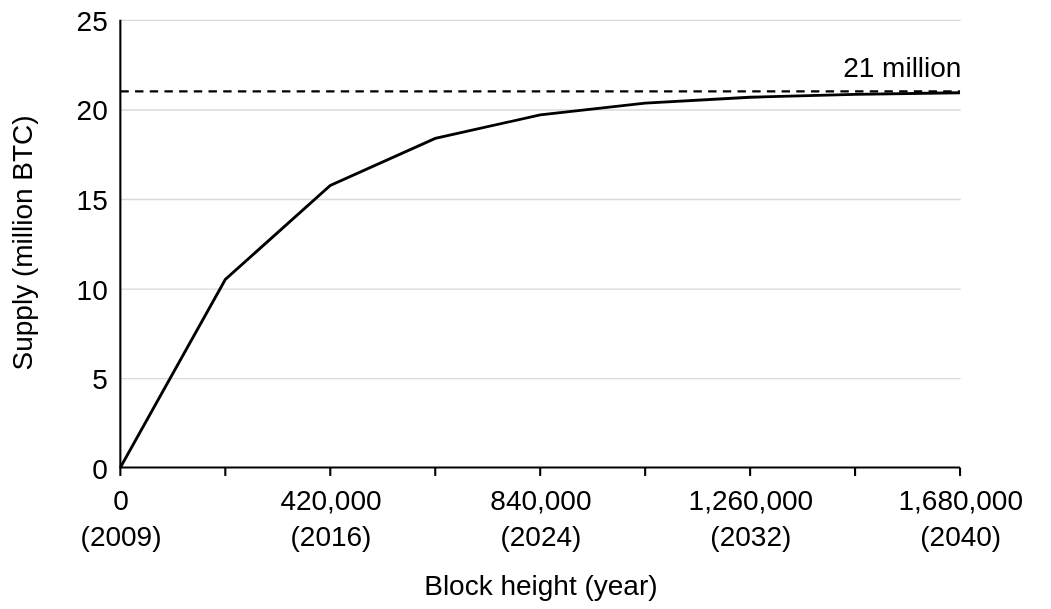
Before: lectures/images/controlled-supply.drawio.svg, a diagram exported from draw.io (fglmtt/blockchain). Source tidied: cells renumbered, new cells last; positions are measured from the earlier drawing's top-left corner, leaving out a move shared by most shapes. The source it was exported from:
```xml
<mxGraphModel background="#FFFFFF">
  <root>
    <mxCell id="0" />
    <mxCell id="1" parent="0" />
    <mxCell id="2" value="0" style="text;html=1;fontFamily=Helvetica;verticalAlign=middle;strokeColor=none;fillColor=none;spacing=0;whiteSpace=nowrap;align=right;fontSize=20;" parent="1" vertex="1">
      <mxGeometry x="34" y="320" width="40" height="24" as="geometry" />
    </mxCell>
    <mxCell id="3" style="html=1;rounded=0;endArrow=none;strokeColor=#D9D9D9;strokeWidth=1;" parent="1" edge="1">
      <mxGeometry relative="1" as="geometry">
        <mxPoint x="84" y="268" as="sourcePoint" />
        <mxPoint x="684" y="268" as="targetPoint" />
      </mxGeometry>
    </mxCell>
    <mxCell id="4" value="5" style="text;html=1;fontFamily=Helvetica;verticalAlign=middle;strokeColor=none;fillColor=none;spacing=0;whiteSpace=nowrap;align=right;fontSize=20;" parent="1" vertex="1">
      <mxGeometry x="34" y="256" width="40" height="24" as="geometry" />
    </mxCell>
    <mxCell id="5" style="html=1;rounded=0;endArrow=none;strokeColor=#D9D9D9;strokeWidth=1;" parent="1" edge="1">
      <mxGeometry relative="1" as="geometry">
        <mxPoint x="84" y="204" as="sourcePoint" />
        <mxPoint x="684" y="204" as="targetPoint" />
      </mxGeometry>
    </mxCell>
    <mxCell id="6" value="10" style="text;html=1;fontFamily=Helvetica;verticalAlign=middle;strokeColor=none;fillColor=none;spacing=0;whiteSpace=nowrap;align=right;fontSize=20;" parent="1" vertex="1">
      <mxGeometry x="34" y="192" width="40" height="24" as="geometry" />
    </mxCell>
    <mxCell id="7" style="html=1;rounded=0;endArrow=none;strokeColor=#D9D9D9;strokeWidth=1;" parent="1" edge="1">
      <mxGeometry relative="1" as="geometry">
        <mxPoint x="84" y="140" as="sourcePoint" />
        <mxPoint x="684" y="140" as="targetPoint" />
      </mxGeometry>
    </mxCell>
    <mxCell id="8" value="15" style="text;html=1;fontFamily=Helvetica;verticalAlign=middle;strokeColor=none;fillColor=none;spacing=0;whiteSpace=nowrap;align=right;fontSize=20;" parent="1" vertex="1">
      <mxGeometry x="34" y="128" width="40" height="24" as="geometry" />
    </mxCell>
    <mxCell id="9" style="html=1;rounded=0;endArrow=none;strokeColor=#D9D9D9;strokeWidth=1;" parent="1" edge="1">
      <mxGeometry relative="1" as="geometry">
        <mxPoint x="84" y="76" as="sourcePoint" />
        <mxPoint x="684" y="76" as="targetPoint" />
      </mxGeometry>
    </mxCell>
    <mxCell id="10" value="20" style="text;html=1;fontFamily=Helvetica;verticalAlign=middle;strokeColor=none;fillColor=none;spacing=0;whiteSpace=nowrap;align=right;fontSize=20;" parent="1" vertex="1">
      <mxGeometry x="34" y="64" width="40" height="24" as="geometry" />
    </mxCell>
    <mxCell id="11" style="html=1;rounded=0;endArrow=none;strokeColor=#D9D9D9;strokeWidth=1;" parent="1" edge="1">
      <mxGeometry relative="1" as="geometry">
        <mxPoint x="84" y="12" as="sourcePoint" />
        <mxPoint x="684" y="12" as="targetPoint" />
      </mxGeometry>
    </mxCell>
    <mxCell id="12" value="25" style="text;html=1;fontFamily=Helvetica;verticalAlign=middle;strokeColor=none;fillColor=none;spacing=0;whiteSpace=nowrap;align=right;fontSize=20;" parent="1" vertex="1">
      <mxGeometry x="34" width="40" height="24" as="geometry" />
    </mxCell>
    <mxCell id="13" style="html=1;rounded=0;endArrow=none;strokeColor=#000000;strokeWidth=1.5;" parent="1" edge="1">
      <mxGeometry relative="1" as="geometry">
        <mxPoint x="84" y="332" as="sourcePoint" />
        <mxPoint x="84" y="338" as="targetPoint" />
      </mxGeometry>
    </mxCell>
    <mxCell id="14" value="0" style="text;html=1;fontFamily=Helvetica;verticalAlign=middle;strokeColor=none;fillColor=none;spacing=0;whiteSpace=nowrap;align=center;fontSize=20;" parent="1" vertex="1">
      <mxGeometry x="24" y="342" width="120" height="24" as="geometry" />
    </mxCell>
    <mxCell id="15" value="(2009)" style="text;html=1;fontFamily=Helvetica;verticalAlign=middle;strokeColor=none;fillColor=none;spacing=0;whiteSpace=nowrap;align=center;fontSize=20;" parent="1" vertex="1">
      <mxGeometry x="24" y="368" width="120" height="24" as="geometry" />
    </mxCell>
    <mxCell id="16" style="html=1;rounded=0;endArrow=none;strokeColor=#000000;strokeWidth=1.5;" parent="1" edge="1">
      <mxGeometry relative="1" as="geometry">
        <mxPoint x="159" y="332" as="sourcePoint" />
        <mxPoint x="159" y="338" as="targetPoint" />
      </mxGeometry>
    </mxCell>
    <mxCell id="17" style="html=1;rounded=0;endArrow=none;strokeColor=#000000;strokeWidth=1.5;" parent="1" edge="1">
      <mxGeometry relative="1" as="geometry">
        <mxPoint x="234" y="332" as="sourcePoint" />
        <mxPoint x="234" y="338" as="targetPoint" />
      </mxGeometry>
    </mxCell>
    <mxCell id="18" value="420,000" style="text;html=1;fontFamily=Helvetica;verticalAlign=middle;strokeColor=none;fillColor=none;spacing=0;whiteSpace=nowrap;align=center;fontSize=20;" parent="1" vertex="1">
      <mxGeometry x="174" y="342" width="120" height="24" as="geometry" />
    </mxCell>
    <mxCell id="19" value="(2016)" style="text;html=1;fontFamily=Helvetica;verticalAlign=middle;strokeColor=none;fillColor=none;spacing=0;whiteSpace=nowrap;align=center;fontSize=20;" parent="1" vertex="1">
      <mxGeometry x="174" y="368" width="120" height="24" as="geometry" />
    </mxCell>
    <mxCell id="20" style="html=1;rounded=0;endArrow=none;strokeColor=#000000;strokeWidth=1.5;" parent="1" edge="1">
      <mxGeometry relative="1" as="geometry">
        <mxPoint x="309" y="332" as="sourcePoint" />
        <mxPoint x="309" y="338" as="targetPoint" />
      </mxGeometry>
    </mxCell>
    <mxCell id="21" style="html=1;rounded=0;endArrow=none;strokeColor=#000000;strokeWidth=1.5;" parent="1" edge="1">
      <mxGeometry relative="1" as="geometry">
        <mxPoint x="384" y="332" as="sourcePoint" />
        <mxPoint x="384" y="338" as="targetPoint" />
      </mxGeometry>
    </mxCell>
    <mxCell id="22" value="840,000" style="text;html=1;fontFamily=Helvetica;verticalAlign=middle;strokeColor=none;fillColor=none;spacing=0;whiteSpace=nowrap;align=center;fontSize=20;" parent="1" vertex="1">
      <mxGeometry x="324" y="342" width="120" height="24" as="geometry" />
    </mxCell>
    <mxCell id="23" value="(2024)" style="text;html=1;fontFamily=Helvetica;verticalAlign=middle;strokeColor=none;fillColor=none;spacing=0;whiteSpace=nowrap;align=center;fontSize=20;" parent="1" vertex="1">
      <mxGeometry x="324" y="368" width="120" height="24" as="geometry" />
    </mxCell>
    <mxCell id="24" style="html=1;rounded=0;endArrow=none;strokeColor=#000000;strokeWidth=1.5;" parent="1" edge="1">
      <mxGeometry relative="1" as="geometry">
        <mxPoint x="459" y="332" as="sourcePoint" />
        <mxPoint x="459" y="338" as="targetPoint" />
      </mxGeometry>
    </mxCell>
    <mxCell id="25" style="html=1;rounded=0;endArrow=none;strokeColor=#000000;strokeWidth=1.5;" parent="1" edge="1">
      <mxGeometry relative="1" as="geometry">
        <mxPoint x="534" y="332" as="sourcePoint" />
        <mxPoint x="534" y="338" as="targetPoint" />
      </mxGeometry>
    </mxCell>
    <mxCell id="26" value="1,260,000" style="text;html=1;fontFamily=Helvetica;verticalAlign=middle;strokeColor=none;fillColor=none;spacing=0;whiteSpace=nowrap;align=center;fontSize=20;" parent="1" vertex="1">
      <mxGeometry x="474" y="342" width="120" height="24" as="geometry" />
    </mxCell>
    <mxCell id="27" value="(2032)" style="text;html=1;fontFamily=Helvetica;verticalAlign=middle;strokeColor=none;fillColor=none;spacing=0;whiteSpace=nowrap;align=center;fontSize=20;" parent="1" vertex="1">
      <mxGeometry x="474" y="368" width="120" height="24" as="geometry" />
    </mxCell>
    <mxCell id="28" style="html=1;rounded=0;endArrow=none;strokeColor=#000000;strokeWidth=1.5;" parent="1" edge="1">
      <mxGeometry relative="1" as="geometry">
        <mxPoint x="609" y="332" as="sourcePoint" />
        <mxPoint x="609" y="338" as="targetPoint" />
      </mxGeometry>
    </mxCell>
    <mxCell id="29" style="html=1;rounded=0;endArrow=none;strokeColor=#000000;strokeWidth=1.5;" parent="1" edge="1">
      <mxGeometry relative="1" as="geometry">
        <mxPoint x="684" y="332" as="sourcePoint" />
        <mxPoint x="684" y="338" as="targetPoint" />
      </mxGeometry>
    </mxCell>
    <mxCell id="30" value="1,680,000" style="text;html=1;fontFamily=Helvetica;verticalAlign=middle;strokeColor=none;fillColor=none;spacing=0;whiteSpace=nowrap;align=center;fontSize=20;" parent="1" vertex="1">
      <mxGeometry x="624" y="342" width="120" height="24" as="geometry" />
    </mxCell>
    <mxCell id="31" value="(2040)" style="text;html=1;fontFamily=Helvetica;verticalAlign=middle;strokeColor=none;fillColor=none;spacing=0;whiteSpace=nowrap;align=center;fontSize=20;" parent="1" vertex="1">
      <mxGeometry x="624" y="368" width="120" height="24" as="geometry" />
    </mxCell>
    <mxCell id="32" style="html=1;rounded=0;endArrow=none;strokeColor=#000000;strokeWidth=1.5;" parent="1" edge="1">
      <mxGeometry relative="1" as="geometry">
        <mxPoint x="84" y="12" as="sourcePoint" />
        <mxPoint x="684" y="332" as="targetPoint" />
        <Array as="points">
          <mxPoint x="84" y="332" />
        </Array>
      </mxGeometry>
    </mxCell>
    <mxCell id="33" value="Block height (year)" style="text;html=1;fontFamily=Helvetica;verticalAlign=middle;strokeColor=none;fillColor=none;spacing=0;whiteSpace=nowrap;align=center;fontSize=20;" parent="1" vertex="1">
      <mxGeometry x="84" y="402" width="600" height="26" as="geometry" />
    </mxCell>
    <mxCell id="34" value="Supply (million BTC)" style="text;html=1;fontFamily=Helvetica;verticalAlign=middle;strokeColor=none;fillColor=none;spacing=0;whiteSpace=nowrap;align=center;fontSize=20;horizontal=0;whiteSpace=nowrap;" parent="1" vertex="1">
      <mxGeometry y="159" width="26" height="26" as="geometry" />
    </mxCell>
    <mxCell id="35" style="html=1;rounded=0;endArrow=none;strokeColor=#000000;strokeWidth=2;" parent="1" edge="1">
      <mxGeometry relative="1" as="geometry">
        <mxPoint x="84" y="332" as="sourcePoint" />
        <mxPoint x="684" y="64.2" as="targetPoint" />
        <Array as="points">
          <mxPoint x="159" y="197.6" />
          <mxPoint x="234" y="130.4" />
          <mxPoint x="309" y="96.8" />
          <mxPoint x="384" y="80" />
          <mxPoint x="459" y="71.6" />
          <mxPoint x="534" y="67.4" />
          <mxPoint x="609" y="65.3" />
        </Array>
      </mxGeometry>
    </mxCell>
    <mxCell id="36" style="html=1;rounded=0;endArrow=none;strokeColor=#000000;strokeWidth=1.5;dashed=1;dashPattern=4 3;" parent="1" edge="1">
      <mxGeometry relative="1" as="geometry">
        <mxPoint x="84" y="63.2" as="sourcePoint" />
        <mxPoint x="684" y="63.2" as="targetPoint" />
      </mxGeometry>
    </mxCell>
    <mxCell id="37" value="21 million" style="text;html=1;fontFamily=Helvetica;verticalAlign=middle;strokeColor=none;fillColor=none;spacing=0;whiteSpace=nowrap;align=right;fontSize=20;" parent="1" vertex="1">
      <mxGeometry x="484" y="33.2" width="200" height="24" as="geometry" />
    </mxCell>
  </root>
</mxGraphModel>
```
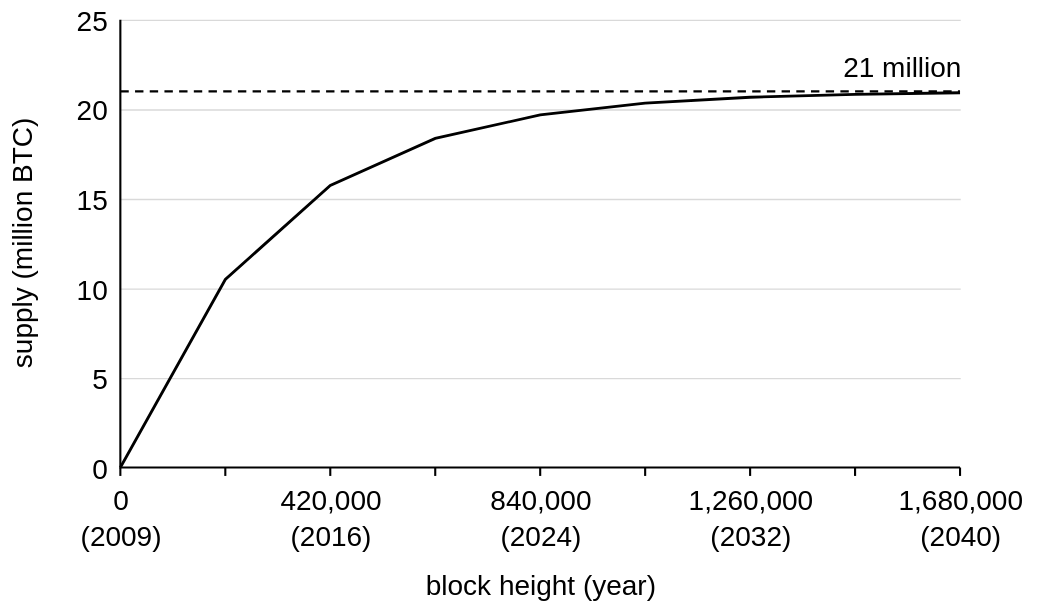
Above is the later version.

What changed in the source:
```diff
@@ -143,10 +143,10 @@
         </Array>
       </mxGeometry>
     </mxCell>
-    <mxCell id="33" value="Block height (year)" style="text;html=1;fontFamily=Helvetica;verticalAlign=middle;strokeColor=none;fillColor=none;spacing=0;whiteSpace=nowrap;align=center;fontSize=20;" parent="1" vertex="1">
+    <mxCell id="33" value="block height (year)" style="text;html=1;fontFamily=Helvetica;verticalAlign=middle;strokeColor=none;fillColor=none;spacing=0;whiteSpace=nowrap;align=center;fontSize=20;" parent="1" vertex="1">
       <mxGeometry x="84" y="402" width="600" height="26" as="geometry" />
     </mxCell>
-    <mxCell id="34" value="Supply (million BTC)" style="text;html=1;fontFamily=Helvetica;verticalAlign=middle;strokeColor=none;fillColor=none;spacing=0;whiteSpace=nowrap;align=center;fontSize=20;horizontal=0;whiteSpace=nowrap;" parent="1" vertex="1">
+    <mxCell id="34" value="supply (million BTC)" style="text;html=1;fontFamily=Helvetica;verticalAlign=middle;strokeColor=none;fillColor=none;spacing=0;whiteSpace=nowrap;align=center;fontSize=20;horizontal=0;whiteSpace=nowrap;" parent="1" vertex="1">
       <mxGeometry y="159" width="26" height="26" as="geometry" />
     </mxCell>
     <mxCell id="35" style="html=1;rounded=0;endArrow=none;strokeColor=#000000;strokeWidth=2;" parent="1" edge="1">
```
